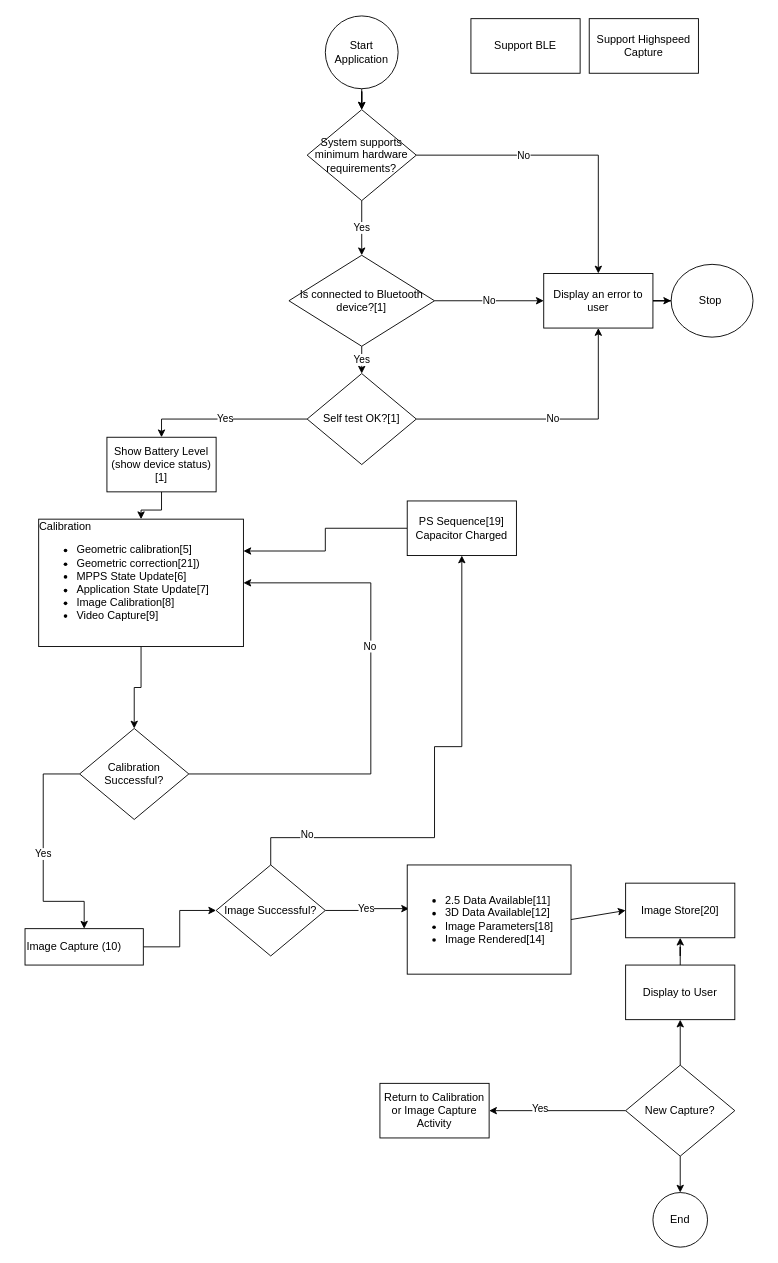
Above: top-level-sequence.drawio in obsidianhead/mobile-diagrams (draw.io), before the change. Source tidied: cells renumbered, new cells numbered last; positions are measured from the earlier drawing's top-left corner, leaving out a move shared by most shapes. Both pictures are drawn from the tidied source at 91%, with x=0, y=0 at pixel (25, 15).
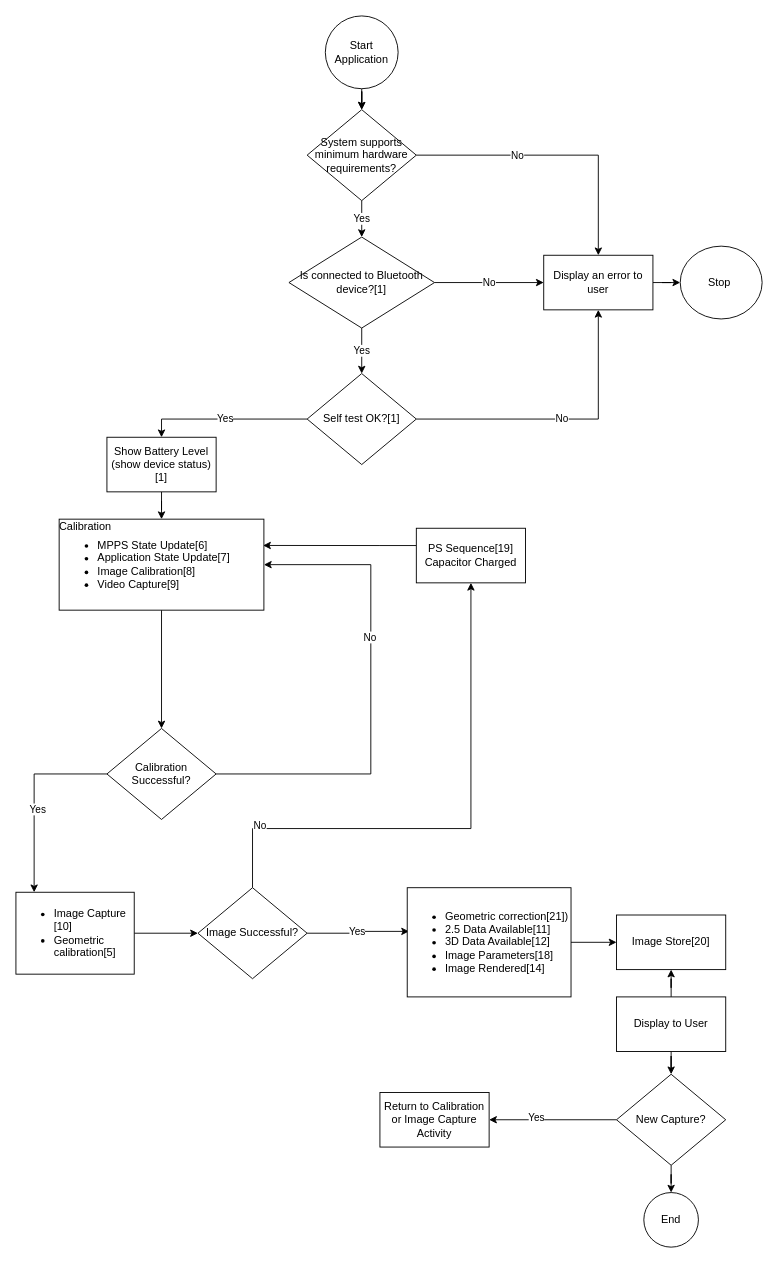
Above is the later version.

What changed in the source:
```diff
@@
-    <mxCell id="3" value="Support BLE" style="rounded=0;whiteSpace=wrap;html=1;" parent="1" vertex="1">
-      <mxGeometry x="490" y="3" width="120" height="60" as="geometry" />
-    </mxCell>
-    <mxCell id="4" value="Support Highspeed Capture" style="rounded=0;whiteSpace=wrap;html=1;" parent="1" vertex="1">
-      <mxGeometry x="620" y="3" width="120" height="60" as="geometry" />
-    </mxCell>
     <mxCell id="5" value="Stop&amp;nbsp;" style="ellipse;whiteSpace=wrap;html=1;" parent="1" vertex="1">
-      <mxGeometry x="710" y="273" width="90" height="80" as="geometry" />
+      <mxGeometry x="720" y="253" width="90" height="80" as="geometry" />
     </mxCell>
@@
-    <mxCell id="10" value="No" style="edgeStyle=orthogonalEdgeStyle;rounded=0;jettySize=auto;html=1;" parent="1" edge="1" source="12">
-      <mxGeometry relative="1" as="geometry">
-        <mxPoint x="570" y="313" as="targetPoint" />
-      </mxGeometry>
+    <mxCell id="10" value="No" style="edgeStyle=orthogonalEdgeStyle;rounded=0;jettySize=auto;html=1;entryX=0;entryY=0.5;entryDx=0;entryDy=0;" parent="1" edge="1" source="12" target="21">
+      <mxGeometry relative="1" as="geometry" />
     </mxCell>
@@
     <mxCell id="12" value="&lt;span&gt;Is connected to Bluetooth device?[1]&lt;/span&gt;" style="rhombus;whiteSpace=wrap;html=1;" parent="1" vertex="1">
-      <mxGeometry x="290" y="263" width="160" height="100" as="geometry" />
+      <mxGeometry x="290" y="243" width="160" height="100" as="geometry" />
     </mxCell>
@@
     <mxCell id="21" value="Display an error to user" style="rounded=0;whiteSpace=wrap;html=1;" parent="1" vertex="1">
-      <mxGeometry x="570" y="283" width="120" height="60" as="geometry" />
+      <mxGeometry x="570" y="263" width="120" height="60" as="geometry" />
     </mxCell>
@@
     <mxCell id="23" style="edgeStyle=orthogonalEdgeStyle;rounded=0;jettySize=auto;html=1;entryX=1;entryY=0.5;entryDx=0;entryDy=0;exitX=1;exitY=0.5;exitDx=0;exitDy=0;" parent="1" edge="1" source="26" target="28">
       <mxGeometry relative="1" as="geometry">
         <Array as="points">
           <mxPoint x="380" y="833" />
-          <mxPoint x="380" y="623" />
+          <mxPoint x="380" y="603" />
         </Array>
       </mxGeometry>
     </mxCell>
@@
+    <mxCell id="50" style="edgeStyle=orthogonalEdgeStyle;rounded=0;jettySize=auto;html=1;" parent="1" edge="1" source="26" target="36">
+      <mxGeometry relative="1" as="geometry">
+        <Array as="points">
+          <mxPoint x="10" y="833" />
+        </Array>
+      </mxGeometry>
+    </mxCell>
-    <mxCell id="25" value="Yes" style="edgeStyle=orthogonalEdgeStyle;rounded=0;jettySize=auto;html=1;exitX=0;exitY=0.5;exitDx=0;exitDy=0;entryX=0.5;entryY=0;entryDx=0;entryDy=0;" parent="1" edge="1" source="26" target="36">
-      <mxGeometry relative="1" as="geometry">
-        <Array as="points">
-          <mxPoint x="20" y="833" />
-          <mxPoint x="20" y="973" />
-          <mxPoint x="65" y="973" />
-        </Array>
-      </mxGeometry>
+    <mxCell id="25" value="Yes" style="edgeLabel;html=1;align=center;verticalAlign=middle;" parent="50" vertex="1">
+      <mxGeometry x="0.12" y="3" relative="1" as="geometry" />
     </mxCell>
     <mxCell id="26" value="Calibration Successful?" style="rhombus;whiteSpace=wrap;html=1;" parent="1" vertex="1">
-      <mxGeometry x="60" y="783" width="120" height="100" as="geometry" />
+      <mxGeometry x="90" y="783" width="120" height="100" as="geometry" />
     </mxCell>
     <mxCell id="27" style="group;" parent="1" vertex="1">
-      <mxGeometry x="15" y="553" width="225" height="140" as="geometry" />
+      <mxGeometry x="37.5" y="553" width="225" height="140" as="geometry" />
     </mxCell>
-    <mxCell id="28" value="&lt;ul&gt;&lt;li&gt;Geometric calibration[5]&amp;nbsp;&lt;/li&gt;&lt;li&gt;Geometric correction[21])&lt;/li&gt;&lt;li&gt;&lt;span style=&quot;text-align: center&quot;&gt;MPPS State Update[6]&lt;/span&gt;&lt;/li&gt;&lt;li&gt;&lt;span style=&quot;text-align: center&quot;&gt;Application State Update[7]&lt;/span&gt;&lt;/li&gt;&lt;li&gt;Image Calibration[8]&lt;/li&gt;&lt;li&gt;Video Capture[9]&lt;/li&gt;&lt;/ul&gt;" style="rounded=0;whiteSpace=wrap;html=1;align=left;" parent="27" vertex="1">
-      <mxGeometry width="225" height="140" as="geometry" />
+    <mxCell id="28" value="&lt;ul&gt;&lt;li&gt;&lt;span style=&quot;text-align: center&quot;&gt;MPPS State Update[6]&lt;/span&gt;&lt;/li&gt;&lt;li&gt;&lt;span style=&quot;text-align: center&quot;&gt;Application State Update[7]&lt;/span&gt;&lt;/li&gt;&lt;li&gt;Image Calibration[8]&lt;/li&gt;&lt;li&gt;Video Capture[9]&lt;/li&gt;&lt;/ul&gt;" style="rounded=0;whiteSpace=wrap;html=1;align=left;" parent="27" vertex="1">
+      <mxGeometry width="225" height="100" as="geometry" />
     </mxCell>
@@
-    <mxCell id="30" style="edgeStyle=orthogonalEdgeStyle;rounded=0;jettySize=auto;html=1;entryX=0.5;entryY=1;entryDx=0;entryDy=0;" parent="1" edge="1" source="33" target="38">
+    <mxCell id="30" style="edgeStyle=orthogonalEdgeStyle;rounded=0;jettySize=auto;html=1;entryX=0.5;entryY=1;entryDx=0;entryDy=0;exitX=0.5;exitY=0;exitDx=0;exitDy=0;" parent="1" edge="1" source="33" target="38">
       <mxGeometry relative="1" as="geometry">
         <Array as="points">
-          <mxPoint x="270" y="903" />
-          <mxPoint x="450" y="903" />
-          <mxPoint x="450" y="803" />
-          <mxPoint x="480" y="803" />
+          <mxPoint x="250" y="893" />
+          <mxPoint x="490" y="893" />
         </Array>
       </mxGeometry>
     </mxCell>
@@
     <mxCell id="33" value="Image Successful?" style="rhombus;whiteSpace=wrap;html=1;" parent="1" vertex="1">
-      <mxGeometry x="210" y="933" width="120" height="100" as="geometry" />
+      <mxGeometry x="190" y="958" width="120" height="100" as="geometry" />
     </mxCell>
+    <mxCell id="40" style="edgeStyle=orthogonalEdgeStyle;rounded=0;jettySize=auto;html=1;" parent="1" edge="1" source="34" target="39">
+      <mxGeometry relative="1" as="geometry" />
+    </mxCell>
-    <mxCell id="34" value="&lt;ul&gt;&lt;li&gt;2.5 Data Available[11]&lt;/li&gt;&lt;li&gt;3D Data Available[12]&lt;/li&gt;&lt;li&gt;Image Parameters[18]&lt;/li&gt;&lt;li&gt;Image Rendered[14]&lt;/li&gt;&lt;/ul&gt;" style="rounded=0;whiteSpace=wrap;html=1;align=left;" parent="1" vertex="1">
-      <mxGeometry x="420" y="933" width="180" height="120" as="geometry" />
+    <mxCell id="34" value="&lt;ul&gt;&lt;li&gt;Geometric correction[21])&lt;/li&gt;&lt;li&gt;2.5 Data Available[11]&lt;/li&gt;&lt;li&gt;3D Data Available[12]&lt;/li&gt;&lt;li&gt;Image Parameters[18]&lt;/li&gt;&lt;li&gt;Image Rendered[14]&lt;/li&gt;&lt;/ul&gt;" style="rounded=0;whiteSpace=wrap;html=1;align=left;" parent="1" vertex="1">
+      <mxGeometry x="420" y="958" width="180" height="120" as="geometry" />
     </mxCell>
@@
-    <mxCell id="36" value="&lt;span style=&quot;text-align: center&quot;&gt;Image Capture (10)&lt;br&gt;&lt;/span&gt;" style="rounded=0;whiteSpace=wrap;html=1;align=left;" parent="1" vertex="1">
-      <mxGeometry y="1003" width="130" height="40" as="geometry" />
+    <mxCell id="36" value="&lt;ul&gt;&lt;li&gt;Image Capture [10]&lt;/li&gt;&lt;li&gt;Geometric calibration[5]&lt;/li&gt;&lt;/ul&gt;" style="rounded=0;whiteSpace=wrap;html=1;align=left;" parent="1" vertex="1">
+      <mxGeometry x="-10" y="963" width="130" height="90" as="geometry" />
     </mxCell>
-    <mxCell id="37" style="edgeStyle=orthogonalEdgeStyle;rounded=0;jettySize=auto;html=1;entryX=1;entryY=0.25;entryDx=0;entryDy=0;" parent="1" edge="1" source="38" target="28">
-      <mxGeometry relative="1" as="geometry" />
+    <mxCell id="37" style="edgeStyle=orthogonalEdgeStyle;rounded=0;jettySize=auto;html=1;entryX=0.996;entryY=0.289;entryDx=0;entryDy=0;entryPerimeter=0;" parent="1" edge="1" source="38" target="28">
+      <mxGeometry relative="1" as="geometry">
+        <Array as="points">
+          <mxPoint x="390" y="582" />
+          <mxPoint x="390" y="582" />
+        </Array>
+      </mxGeometry>
     </mxCell>
     <mxCell id="38" value="PS Sequence[19]&lt;br&gt;Capacitor Charged" style="rounded=0;whiteSpace=wrap;html=1;" parent="1" vertex="1">
-      <mxGeometry x="420" y="533" width="120" height="60" as="geometry" />
+      <mxGeometry x="430" y="563" width="120" height="60" as="geometry" />
     </mxCell>
     <mxCell id="39" value="Image Store[20]" style="rounded=0;whiteSpace=wrap;html=1;" parent="1" vertex="1">
-      <mxGeometry x="660" y="953" width="120" height="60" as="geometry" />
+      <mxGeometry x="650" y="988" width="120" height="60" as="geometry" />
     </mxCell>
-    <mxCell id="40" style="endArrow=classic;html=1;exitX=1;exitY=0.5;exitDx=0;exitDy=0;entryX=0;entryY=0.5;entryDx=0;entryDy=0;" parent="1" edge="1" source="34" target="39">
-      <mxGeometry relative="1" as="geometry" />
-    </mxCell>
@@
+    <mxCell id="51" style="edgeStyle=orthogonalEdgeStyle;rounded=0;jettySize=auto;html=1;entryX=0.5;entryY=0;entryDx=0;entryDy=0;" parent="1" edge="1" source="42" target="47">
+      <mxGeometry relative="1" as="geometry" />
+    </mxCell>
     <mxCell id="42" value="Display to User" style="rounded=0;whiteSpace=wrap;html=1;" parent="1" vertex="1">
-      <mxGeometry x="660" y="1043" width="120" height="60" as="geometry" />
+      <mxGeometry x="650" y="1078" width="120" height="60" as="geometry" />
     </mxCell>
-    <mxCell id="43" style="edgeStyle=orthogonalEdgeStyle;rounded=0;jettySize=auto;html=1;entryX=0.5;entryY=1;entryDx=0;entryDy=0;" parent="1" edge="1" source="47" target="42">
-      <mxGeometry relative="1" as="geometry" />
-    </mxCell>
@@
     <mxCell id="47" value="New Capture?" style="rhombus;whiteSpace=wrap;html=1;" parent="1" vertex="1">
-      <mxGeometry x="660" y="1153" width="120" height="100" as="geometry" />
+      <mxGeometry x="650" y="1163" width="120" height="100" as="geometry" />
     </mxCell>
     <mxCell id="48" value="Return to Calibration or Image Capture Activity" style="rounded=0;whiteSpace=wrap;html=1;" parent="1" vertex="1">
-      <mxGeometry x="390" y="1173" width="120" height="60" as="geometry" />
+      <mxGeometry x="390" y="1183" width="120" height="60" as="geometry" />
     </mxCell>
     <mxCell id="49" value="End" style="ellipse;whiteSpace=wrap;html=1;" parent="1" vertex="1">
-      <mxGeometry x="690" y="1293" width="60" height="60" as="geometry" />
+      <mxGeometry x="680" y="1293" width="60" height="60" as="geometry" />
     </mxCell>
```
